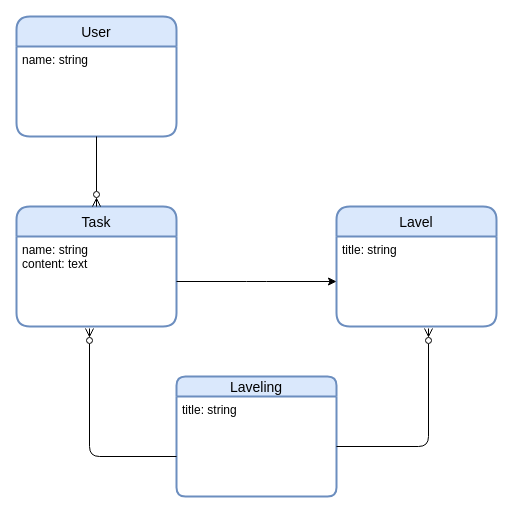
Earlier version of the draw.io diagram docs/ER図.drawio (keikikamikubota/manyou_exam). Source tidied: cells renumbered, new cells numbered last; positions are measured from the earlier drawing's top-left corner, leaving out a move shared by most shapes. Both pictures are drawn from the tidied source at 100%, with x=0, y=0 at pixel (16, 16).
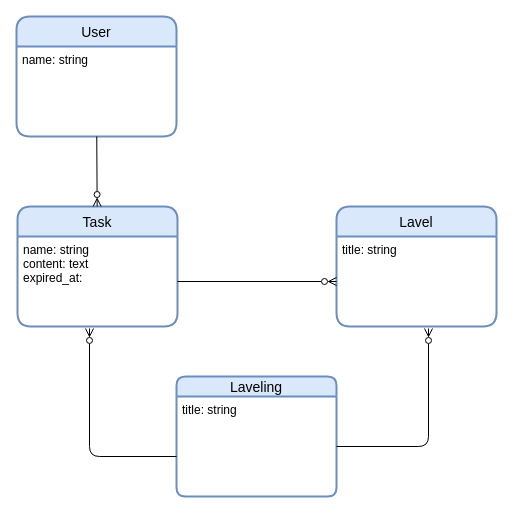
The same page after the edit.

Commit message (it also covers changes not shown here):
expired_atカラムを追加

Change to the diagram source:
```diff
@@
 <mxGraphModel background="#ffffff">
   <root>
     <mxCell id="0" />
     <mxCell id="1" parent="0" />
     <mxCell id="2" value="User" style="swimlane;horizontal=1;startSize=30;rounded=1;fontSize=14;fontStyle=0;strokeWidth=2;shadow=0;dashed=0;align=center;fillColor=#dae8fc;strokeColor=#6c8ebf;" parent="1" vertex="1">
       <mxGeometry width="160" height="120" as="geometry" />
     </mxCell>
     <mxCell id="3" value="name: string" style="align=left;strokeColor=none;fillColor=none;spacingLeft=4;fontSize=12;verticalAlign=top;" parent="2" vertex="1">
       <mxGeometry y="30" width="160" height="90" as="geometry" />
     </mxCell>
     <mxCell id="4" value="Task" style="swimlane;horizontal=1;startSize=30;rounded=1;fontSize=14;fontStyle=0;strokeWidth=2;shadow=0;dashed=0;align=center;fillColor=#dae8fc;strokeColor=#6c8ebf;" parent="1" vertex="1">
-      <mxGeometry y="190" width="160" height="120" as="geometry" />
+      <mxGeometry x="1" y="190" width="160" height="120" as="geometry" />
     </mxCell>
-    <mxCell id="5" value="name: string&#10;content: text" style="align=left;strokeColor=none;fillColor=none;spacingLeft=4;fontSize=12;verticalAlign=top;" parent="4" vertex="1">
+    <mxCell id="5" value="name: string&#10;content: text&#10;expired_at: " style="align=left;strokeColor=none;fillColor=none;spacingLeft=4;fontSize=12;verticalAlign=top;" parent="4" vertex="1">
       <mxGeometry y="30" width="160" height="90" as="geometry" />
     </mxCell>
     <mxCell id="6" style="edgeStyle=none;html=1;endArrow=ERzeroToMany;endFill=0;" parent="1" edge="1" source="3" target="4">
       <mxGeometry relative="1" as="geometry" />
     </mxCell>
     <mxCell id="7" value="Lavel" style="swimlane;horizontal=1;startSize=30;rounded=1;fontSize=14;fontStyle=0;strokeWidth=2;shadow=0;dashed=0;align=center;fillColor=#dae8fc;strokeColor=#6c8ebf;" parent="1" vertex="1">
       <mxGeometry x="320" y="190" width="160" height="120" as="geometry" />
     </mxCell>
     <mxCell id="8" value="title: string" style="align=left;strokeColor=none;fillColor=none;spacingLeft=4;fontSize=12;verticalAlign=top;" parent="7" vertex="1">
       <mxGeometry y="30" width="160" height="90" as="geometry" />
     </mxCell>
-    <mxCell id="9" style="edgeStyle=elbowEdgeStyle;html=1;elbow=vertical;" parent="1" edge="1" source="5" target="7">
+    <mxCell id="9" style="edgeStyle=elbowEdgeStyle;html=1;elbow=vertical;endArrow=ERzeroToMany;endFill=0;" parent="1" edge="1" source="5" target="7">
       <mxGeometry relative="1" as="geometry" />
     </mxCell>
     <mxCell id="10" value="Laveling" style="swimlane;horizontal=1;startSize=20;rounded=1;fontSize=14;fontStyle=0;strokeWidth=2;shadow=0;dashed=0;align=center;fillColor=#dae8fc;strokeColor=#6c8ebf;" parent="1" vertex="1">
       <mxGeometry x="160" y="360" width="160" height="120" as="geometry" />
     </mxCell>
     <mxCell id="11" value="title: string" style="align=left;strokeColor=none;fillColor=none;spacingLeft=4;fontSize=12;verticalAlign=top;" parent="10" vertex="1">
       <mxGeometry y="20" width="160" height="100" as="geometry" />
     </mxCell>
     <mxCell id="12" style="edgeStyle=elbowEdgeStyle;html=1;entryX=0.456;entryY=1.022;entryDx=0;entryDy=0;entryPerimeter=0;endArrow=ERzeroToMany;endFill=0;" parent="1" edge="1" source="11" target="5">
       <mxGeometry relative="1" as="geometry">
         <Array as="points">
           <mxPoint x="73" y="440" />
         </Array>
       </mxGeometry>
     </mxCell>
     <mxCell id="13" style="edgeStyle=elbowEdgeStyle;html=1;entryX=0.575;entryY=1.022;entryDx=0;entryDy=0;entryPerimeter=0;endArrow=ERzeroToMany;endFill=0;" parent="1" edge="1" source="11" target="8">
       <mxGeometry relative="1" as="geometry">
         <Array as="points">
           <mxPoint x="412" y="430" />
           <mxPoint x="400" y="420" />
           <mxPoint x="410" y="440" />
         </Array>
       </mxGeometry>
     </mxCell>
   </root>
 </mxGraphModel>
```
